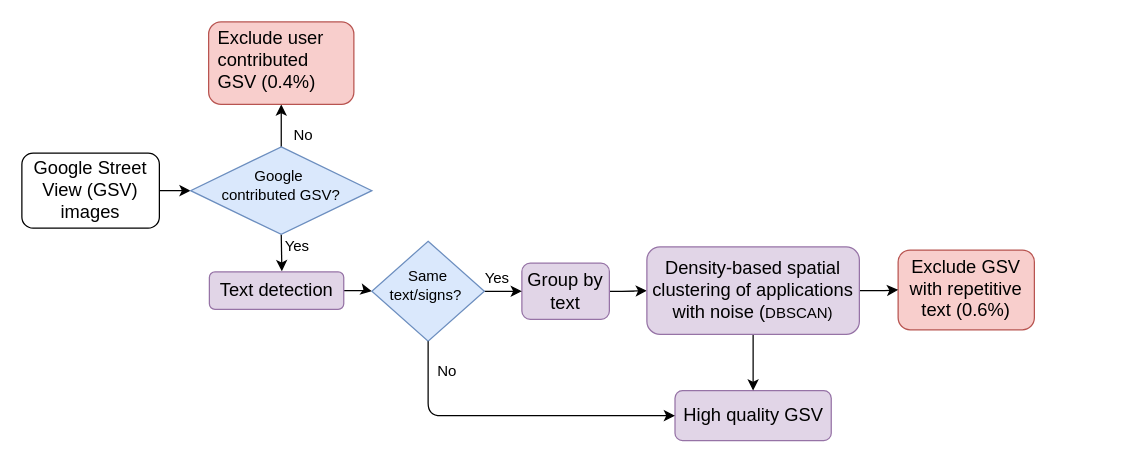
Earlier version of the draw.io diagram GSV_image_filtering_3.drawio (xiaohuiliugis/GoogleVisionAPI_CommunityofMine). Source tidied: cells renumbered, new cells numbered last; positions are measured from the earlier drawing's top-left corner, leaving out a move shared by most shapes. Both pictures are drawn from the tidied source at 125%, with x=0, y=0 at pixel (21, 21).
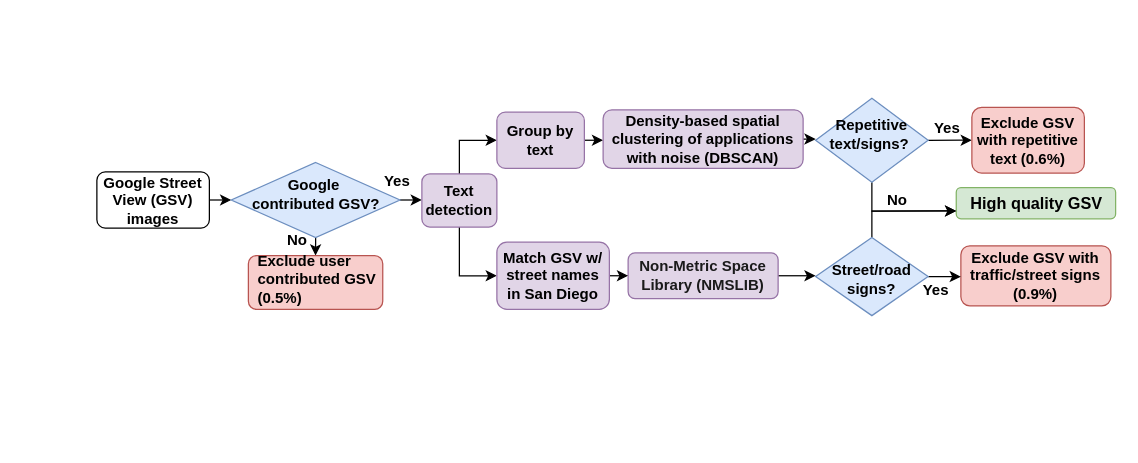
After the change.

Diff of the diagram source:
```diff
@@
-    <mxCell id="2" style="edgeStyle=orthogonalEdgeStyle;rounded=0;jettySize=auto;html=1;entryX=0;entryY=0.5;entryDx=0;entryDy=0;fontFamily=Helvetica;fontStyle=0;spacing=4;" parent="1" edge="1" source="3" target="6">
+    <mxCell id="2" style="edgeStyle=orthogonalEdgeStyle;rounded=0;jettySize=auto;html=1;exitX=1;exitY=0.5;exitDx=0;exitDy=0;entryX=0;entryY=0.5;entryDx=0;entryDy=0;" parent="1" edge="1" source="3" target="6">
       <mxGeometry relative="1" as="geometry" />
     </mxCell>
-    <mxCell id="3" value="&lt;span style=&quot;font-size: 14.6667px; text-align: left;&quot;&gt;Google Street View&amp;nbsp;&lt;/span&gt;&lt;span style=&quot;font-size: 14.6667px; text-align: left;&quot;&gt;(GSV)&lt;/span&gt;&lt;span style=&quot;font-size: 14.6667px; text-align: left;&quot;&gt;&lt;br&gt;&amp;nbsp;images&amp;nbsp;&lt;/span&gt;" style="rounded=1;whiteSpace=wrap;html=1;fontFamily=Helvetica;fontStyle=0;spacing=4;" parent="1" vertex="1">
-      <mxGeometry y="105" width="110" height="60" as="geometry" />
+    <mxCell id="3" value="&lt;font style=&quot;font-size: 12px&quot;&gt;&lt;span style=&quot;text-align: left&quot;&gt;Google Street View&amp;nbsp;&lt;/span&gt;&lt;span style=&quot;text-align: left&quot;&gt;(GSV)&lt;/span&gt;&lt;span style=&quot;text-align: left&quot;&gt;&lt;br&gt;&amp;nbsp;images&amp;nbsp;&lt;/span&gt;&lt;/font&gt;" style="rounded=1;whiteSpace=wrap;html=1;fontFamily=Helvetica;fontStyle=1;spacing=4;" parent="1" vertex="1">
+      <mxGeometry x="60" y="120" width="90" height="45" as="geometry" />
     </mxCell>
-    <mxCell id="4" style="edgeStyle=orthogonalEdgeStyle;rounded=0;jettySize=auto;html=1;fontFamily=Helvetica;fontStyle=0;spacing=4;" parent="1" edge="1" source="6" target="7">
+    <mxCell id="4" style="edgeStyle=orthogonalEdgeStyle;rounded=0;jettySize=auto;html=1;exitX=0.5;exitY=1;exitDx=0;exitDy=0;entryX=0.5;entryY=0;entryDx=0;entryDy=0;" parent="1" edge="1" source="6" target="7">
       <mxGeometry relative="1" as="geometry" />
     </mxCell>
-    <mxCell id="5" style="edgeStyle=orthogonalEdgeStyle;rounded=0;jettySize=auto;html=1;exitX=0.5;exitY=1;exitDx=0;exitDy=0;entryX=0.2;entryY=1.15;entryDx=0;entryDy=0;entryPerimeter=0;fontFamily=Helvetica;fontStyle=0;spacing=4;" parent="1" edge="1" source="6" target="10">
-      <mxGeometry relative="1" as="geometry" />
-    </mxCell>
+    <mxCell id="24" style="edgeStyle=orthogonalEdgeStyle;rounded=0;jettySize=auto;html=1;exitX=1;exitY=0.5;exitDx=0;exitDy=0;entryX=0;entryY=0.5;entryDx=0;entryDy=0;" parent="1" edge="1" source="6" target="9">
+      <mxGeometry relative="1" as="geometry" />
+    </mxCell>
-    <mxCell id="6" value="Google&amp;nbsp;&lt;br&gt;contributed GSV?" style="rhombus;whiteSpace=wrap;html=1;spacing=4;labelPosition=center;verticalLabelPosition=middle;align=center;verticalAlign=middle;fillColor=#dae8fc;strokeColor=#6c8ebf;fontFamily=Helvetica;fontStyle=0;spacingBottom=9;" parent="1" vertex="1">
-      <mxGeometry x="135" y="100" width="145" height="70" as="geometry" />
+    <mxCell id="6" value="&lt;font style=&quot;font-size: 12px&quot;&gt;Google&amp;nbsp;&lt;br&gt;contributed GSV?&lt;/font&gt;" style="rhombus;whiteSpace=wrap;html=1;spacing=4;labelPosition=center;verticalLabelPosition=middle;align=center;verticalAlign=middle;fillColor=#dae8fc;strokeColor=#6c8ebf;fontFamily=Helvetica;fontStyle=1;spacingBottom=9;" parent="1" vertex="1">
+      <mxGeometry x="167.5" y="112.5" width="135" height="60" as="geometry" />
     </mxCell>
-    <mxCell id="7" value="&lt;div style=&quot;text-align: left&quot;&gt;&lt;span style=&quot;font-size: 14.6667px&quot;&gt;&lt;font&gt;Exclude user&amp;nbsp; contributed GSV (0.4%)&lt;/font&gt;&lt;/span&gt;&lt;/div&gt;" style="rounded=1;whiteSpace=wrap;html=1;fillColor=#f8cecc;strokeColor=#b85450;fontFamily=Helvetica;fontStyle=0;spacingTop=7;spacingBottom=12;spacingLeft=5;spacing=4;" parent="1" vertex="1">
-      <mxGeometry x="149.4" width="116.2" height="66" as="geometry" />
+    <mxCell id="7" value="&lt;div style=&quot;text-align: left&quot;&gt;&lt;font style=&quot;font-size: 12px&quot;&gt;Exclude user contributed GSV (0.5%)&lt;/font&gt;&lt;/div&gt;" style="rounded=1;whiteSpace=wrap;html=1;fillColor=#f8cecc;strokeColor=#b85450;fontFamily=Helvetica;fontStyle=1;spacingTop=7;spacingBottom=12;spacingLeft=5;spacing=4;" parent="1" vertex="1">
+      <mxGeometry x="181.2" y="187" width="107.5" height="43" as="geometry" />
     </mxCell>
-    <mxCell id="8" style="edgeStyle=orthogonalEdgeStyle;rounded=0;jettySize=auto;html=1;entryX=0;entryY=0.5;entryDx=0;entryDy=0;fontFamily=Helvetica;fontStyle=0;spacing=4;" parent="1" edge="1" source="9" target="16">
-      <mxGeometry relative="1" as="geometry" />
-    </mxCell>
+    <mxCell id="25" style="edgeStyle=orthogonalEdgeStyle;rounded=0;jettySize=auto;html=1;exitX=0.5;exitY=1;exitDx=0;exitDy=0;entryX=0;entryY=0.5;entryDx=0;entryDy=0;" parent="1" edge="1" source="9" target="37">
+      <mxGeometry relative="1" as="geometry" />
+    </mxCell>
+    <mxCell id="26" style="edgeStyle=orthogonalEdgeStyle;rounded=0;jettySize=auto;html=1;exitX=0.5;exitY=0;exitDx=0;exitDy=0;entryX=0;entryY=0.5;entryDx=0;entryDy=0;" parent="1" edge="1" source="9" target="13">
+      <mxGeometry relative="1" as="geometry" />
+    </mxCell>
-    <mxCell id="9" value="&lt;span style=&quot;font-size: 14.6667px; text-align: left;&quot;&gt;Text detection&lt;/span&gt;" style="rounded=1;whiteSpace=wrap;html=1;fillColor=#e1d5e7;strokeColor=#9673a6;fontFamily=Helvetica;fontStyle=0;spacing=4;" parent="1" vertex="1">
-      <mxGeometry x="150" y="200" width="107.5" height="30" as="geometry" />
+    <mxCell id="9" value="&lt;span style=&quot;text-align: left&quot;&gt;&lt;font style=&quot;font-size: 12px&quot;&gt;Text detection&lt;/font&gt;&lt;/span&gt;" style="rounded=1;whiteSpace=wrap;html=1;fillColor=#e1d5e7;strokeColor=#9673a6;fontFamily=Helvetica;fontStyle=1;spacing=4;" parent="1" vertex="1">
+      <mxGeometry x="320" y="121.6" width="60" height="42.5" as="geometry" />
     </mxCell>
-    <mxCell id="10" value="Yes" style="text;html=1;align=center;verticalAlign=middle;points=[];fontFamily=Helvetica;fontStyle=0;spacing=4;" parent="1" vertex="1">
-      <mxGeometry x="200" y="165" width="40" height="30" as="geometry" />
-    </mxCell>
-    <mxCell id="11" value="No" style="text;html=1;align=center;verticalAlign=middle;fontFamily=Helvetica;fontStyle=0;spacing=4;" parent="1" vertex="1">
-      <mxGeometry x="205" y="76" width="40" height="30" as="geometry" />
+    <mxCell id="11" value="Yes" style="text;html=1;align=center;verticalAlign=middle;fontFamily=Helvetica;fontStyle=1;spacing=4;" parent="1" vertex="1">
+      <mxGeometry x="280" y="112.5" width="40" height="30" as="geometry" />
     </mxCell>
-    <mxCell id="12" style="edgeStyle=orthogonalEdgeStyle;rounded=0;jettySize=auto;html=1;fontFamily=Helvetica;fontStyle=0;spacing=4;" parent="1" edge="1" source="13">
-      <mxGeometry relative="1" as="geometry">
-        <mxPoint x="500" y="215" as="targetPoint" />
-      </mxGeometry>
-    </mxCell>
+    <mxCell id="27" style="edgeStyle=orthogonalEdgeStyle;rounded=0;jettySize=auto;html=1;exitX=1;exitY=0.5;exitDx=0;exitDy=0;entryX=0;entryY=0.5;entryDx=0;entryDy=0;" parent="1" edge="1" source="13" target="23">
+      <mxGeometry relative="1" as="geometry" />
+    </mxCell>
-    <mxCell id="13" value="&lt;font&gt;&lt;span style=&quot;font-size: 14.6667px&quot;&gt;Group by text&lt;/span&gt;&lt;/font&gt;" style="rounded=1;whiteSpace=wrap;html=1;fillColor=#e1d5e7;strokeColor=#9673a6;fontFamily=Helvetica;fontStyle=0;spacing=4;" parent="1" vertex="1">
-      <mxGeometry x="400" y="193" width="70" height="45" as="geometry" />
+    <mxCell id="13" value="&lt;font style=&quot;font-size: 12px&quot;&gt;Group by text&lt;/font&gt;" style="rounded=1;whiteSpace=wrap;html=1;fillColor=#e1d5e7;strokeColor=#9673a6;fontFamily=Helvetica;fontStyle=1;spacing=4;" parent="1" vertex="1">
+      <mxGeometry x="380" y="72.2" width="70" height="45" as="geometry" />
     </mxCell>
-    <mxCell id="14" value="&lt;span style=&quot;text-align: left&quot;&gt;&lt;font&gt;&lt;span style=&quot;font-size: 14.6667px&quot;&gt;High quality GSV&lt;/span&gt;&lt;/font&gt;&lt;/span&gt;" style="rounded=1;whiteSpace=wrap;html=1;fillColor=#e1d5e7;strokeColor=#9673a6;fontFamily=Helvetica;fontStyle=0;spacing=4;" parent="1" vertex="1">
-      <mxGeometry x="522.5" y="295" width="125" height="40" as="geometry" />
+    <mxCell id="14" value="&lt;span style=&quot;text-align: left&quot;&gt;&lt;font style=&quot;font-size: 13px&quot;&gt;High quality GSV&lt;/font&gt;&lt;/span&gt;" style="rounded=1;whiteSpace=wrap;html=1;fillColor=#d5e8d4;strokeColor=#82b366;fontFamily=Helvetica;fontStyle=1;spacing=4;" parent="1" vertex="1">
+      <mxGeometry x="747.5" y="132.5" width="127.5" height="25" as="geometry" />
     </mxCell>
-    <mxCell id="15" style="edgeStyle=orthogonalEdgeStyle;rounded=0;jettySize=auto;html=1;fontFamily=Helvetica;fontStyle=0;spacing=4;" parent="1" edge="1" source="16" target="13">
-      <mxGeometry relative="1" as="geometry" />
-    </mxCell>
+    <mxCell id="28" style="edgeStyle=orthogonalEdgeStyle;rounded=0;jettySize=auto;html=1;exitX=1;exitY=0.5;exitDx=0;exitDy=0;entryX=0;entryY=0.5;entryDx=0;entryDy=0;" parent="1" edge="1" source="16" target="17">
+      <mxGeometry relative="1" as="geometry" />
+    </mxCell>
+    <mxCell id="20" style="edgeStyle=orthogonalEdgeStyle;rounded=0;jettySize=auto;html=1;exitX=0.5;exitY=1;exitDx=0;exitDy=0;entryX=0;entryY=0.75;entryDx=0;entryDy=0;" parent="1" edge="1" source="16" target="14">
+      <mxGeometry relative="1" as="geometry" />
+    </mxCell>
-    <mxCell id="16" value="Same text/signs?&amp;nbsp;" style="rhombus;whiteSpace=wrap;html=1;spacing=4;labelPosition=center;verticalLabelPosition=middle;align=center;verticalAlign=middle;fillColor=#dae8fc;strokeColor=#6c8ebf;fontFamily=Helvetica;fontStyle=0;spacingBottom=10;" parent="1" vertex="1">
-      <mxGeometry x="280" y="175.5" width="90" height="80" as="geometry" />
+    <mxCell id="16" value="Repetitive text/signs?&amp;nbsp;" style="rhombus;whiteSpace=wrap;html=1;spacing=4;labelPosition=center;verticalLabelPosition=middle;align=center;verticalAlign=middle;fillColor=#dae8fc;strokeColor=#6c8ebf;fontFamily=Helvetica;fontStyle=1;spacingBottom=10;" parent="1" vertex="1">
+      <mxGeometry x="635" y="61.1" width="90" height="67.2" as="geometry" />
     </mxCell>
-    <mxCell id="17" value="&lt;span style=&quot;text-align: left&quot;&gt;&lt;font&gt;&lt;span style=&quot;font-size: 14.6667px&quot;&gt;Exclude GSV with repetitive text (0.6%)&lt;/span&gt;&lt;/font&gt;&lt;/span&gt;" style="rounded=1;whiteSpace=wrap;html=1;fillColor=#f8cecc;strokeColor=#b85450;fontFamily=Helvetica;fontStyle=0;spacing=4;" parent="1" vertex="1">
-      <mxGeometry x="701" y="182.5" width="109" height="63.8" as="geometry" />
+    <mxCell id="17" value="&lt;span style=&quot;text-align: left&quot;&gt;&lt;font style=&quot;font-size: 12px&quot;&gt;Exclude GSV with repetitive text (0.6%)&lt;/font&gt;&lt;/span&gt;" style="rounded=1;whiteSpace=wrap;html=1;fillColor=#f8cecc;strokeColor=#b85450;fontFamily=Helvetica;fontStyle=1;spacing=4;" parent="1" vertex="1">
+      <mxGeometry x="760" y="68.4" width="90" height="52.5" as="geometry" />
     </mxCell>
-    <mxCell id="18" value="No" style="text;html=1;align=center;verticalAlign=middle;fontFamily=Helvetica;fontStyle=0;spacing=4;" parent="1" vertex="1">
-      <mxGeometry x="320" y="265" width="40" height="30" as="geometry" />
-    </mxCell>
-    <mxCell id="19" value="Yes" style="text;html=1;align=center;verticalAlign=middle;fontFamily=Helvetica;fontStyle=0;spacing=4;" parent="1" vertex="1">
-      <mxGeometry x="360" y="190" width="40" height="30" as="geometry" />
-    </mxCell>
-    <mxCell id="20" style="endArrow=classic;html=1;entryX=0;entryY=0.5;entryDx=0;entryDy=0;fontFamily=Helvetica;fontStyle=0;spacing=4;exitX=0.5;exitY=1;exitDx=0;exitDy=0;" parent="1" edge="1" source="16" target="14">
-      <mxGeometry relative="1" as="geometry">
-        <Array as="points">
-          <mxPoint x="325" y="315" />
-        </Array>
-      </mxGeometry>
-    </mxCell>
-    <mxCell id="21" style="edgeStyle=orthogonalEdgeStyle;rounded=0;jettySize=auto;html=1;exitX=1;exitY=0.5;exitDx=0;exitDy=0;fontFamily=Helvetica;fontStyle=0;spacing=4;" parent="1" edge="1" source="23" target="17">
-      <mxGeometry relative="1" as="geometry" />
-    </mxCell>
-    <mxCell id="22" style="edgeStyle=orthogonalEdgeStyle;rounded=0;jettySize=auto;html=1;fontFamily=Helvetica;fontStyle=0;spacing=4;" parent="1" edge="1" source="23" target="14">
-      <mxGeometry relative="1" as="geometry" />
-    </mxCell>
+    <mxCell id="29" style="edgeStyle=orthogonalEdgeStyle;rounded=0;jettySize=auto;html=1;exitX=1;exitY=0.5;exitDx=0;exitDy=0;entryX=0;entryY=0.5;entryDx=0;entryDy=0;" parent="1" edge="1" source="23" target="16">
+      <mxGeometry relative="1" as="geometry" />
+    </mxCell>
-    <mxCell id="23" value="&lt;span id=&quot;docs-internal-guid-7e072b07-7fff-873d-4432-b9989f86bfab&quot;&gt;&lt;span style=&quot;font-size: 11pt; background-color: transparent; vertical-align: baseline;&quot;&gt;Density-based spatial clustering of applications with noise (&lt;/span&gt;&lt;/span&gt;&lt;span&gt;DBSCAN)&lt;/span&gt;" style="rounded=1;whiteSpace=wrap;html=1;fillColor=#e1d5e7;strokeColor=#9673a6;fontFamily=Helvetica;fontStyle=0;spacing=4;" parent="1" vertex="1">
-      <mxGeometry x="500" y="180" width="170" height="70" as="geometry" />
+    <mxCell id="23" value="&lt;font style=&quot;font-size: 12px&quot;&gt;&lt;span id=&quot;docs-internal-guid-7e072b07-7fff-873d-4432-b9989f86bfab&quot;&gt;&lt;span style=&quot;background-color: transparent ; vertical-align: baseline&quot;&gt;Density-based spatial clustering of applications with noise (&lt;/span&gt;&lt;/span&gt;&lt;span&gt;DBSCAN)&lt;/span&gt;&lt;/font&gt;" style="rounded=1;whiteSpace=wrap;html=1;fillColor=#e1d5e7;strokeColor=#9673a6;fontFamily=Helvetica;fontStyle=1;spacing=4;" parent="1" vertex="1">
+      <mxGeometry x="465" y="70.3" width="160" height="46.9" as="geometry" />
     </mxCell>
+    <mxCell id="30" style="edgeStyle=orthogonalEdgeStyle;rounded=0;jettySize=auto;html=1;exitX=1;exitY=0.5;exitDx=0;exitDy=0;entryX=0;entryY=0.5;entryDx=0;entryDy=0;" parent="1" edge="1" source="31" target="35">
+      <mxGeometry relative="1" as="geometry" />
+    </mxCell>
+    <mxCell id="31" value="&lt;div&gt;&lt;font style=&quot;font-size: 12px&quot; color=&quot;#1a1a1a&quot;&gt;Non-Metric Space Library (NMSLIB)&lt;/font&gt;&lt;/div&gt;" style="rounded=1;whiteSpace=wrap;html=1;fillColor=#e1d5e7;strokeColor=#9673a6;fontFamily=Helvetica;fontStyle=1;spacing=4;" parent="1" vertex="1">
+      <mxGeometry x="485" y="184.8" width="120" height="36.6" as="geometry" />
+    </mxCell>
+    <mxCell id="32" value="&lt;span style=&quot;text-align: left&quot;&gt;&lt;font style=&quot;font-size: 12px&quot;&gt;Exclude GSV with traffic/street signs (0.9%)&lt;/font&gt;&lt;/span&gt;" style="rounded=1;whiteSpace=wrap;html=1;fillColor=#f8cecc;strokeColor=#b85450;fontFamily=Helvetica;fontStyle=1;spacing=4;" parent="1" vertex="1">
+      <mxGeometry x="751.2" y="179.1" width="120" height="48.1" as="geometry" />
+    </mxCell>
+    <mxCell id="33" style="edgeStyle=orthogonalEdgeStyle;rounded=0;jettySize=auto;html=1;exitX=1;exitY=0.5;exitDx=0;exitDy=0;entryX=0;entryY=0.5;entryDx=0;entryDy=0;" parent="1" edge="1" source="35" target="32">
+      <mxGeometry relative="1" as="geometry" />
+    </mxCell>
+    <mxCell id="34" style="edgeStyle=orthogonalEdgeStyle;rounded=0;jettySize=auto;html=1;exitX=0.5;exitY=0;exitDx=0;exitDy=0;entryX=0;entryY=0.75;entryDx=0;entryDy=0;" parent="1" edge="1" source="35" target="14">
+      <mxGeometry relative="1" as="geometry" />
+    </mxCell>
+    <mxCell id="35" value="&amp;nbsp;&lt;br&gt;Street/road signs?" style="rhombus;whiteSpace=wrap;html=1;spacing=4;labelPosition=center;verticalLabelPosition=middle;align=center;verticalAlign=middle;fillColor=#dae8fc;strokeColor=#6c8ebf;fontFamily=Helvetica;fontStyle=1;spacingBottom=10;" parent="1" vertex="1">
+      <mxGeometry x="635" y="172.5" width="90" height="62.5" as="geometry" />
+    </mxCell>
+    <mxCell id="36" style="edgeStyle=orthogonalEdgeStyle;rounded=0;jettySize=auto;html=1;exitX=1;exitY=0.5;exitDx=0;exitDy=0;entryX=0;entryY=0.5;entryDx=0;entryDy=0;" parent="1" edge="1" source="37" target="31">
+      <mxGeometry relative="1" as="geometry" />
+    </mxCell>
+    <mxCell id="37" value="&lt;font style=&quot;font-size: 12px&quot;&gt;Match GSV w/ street names in San Diego&lt;/font&gt;" style="rounded=1;whiteSpace=wrap;html=1;fillColor=#e1d5e7;strokeColor=#9673a6;fontFamily=Helvetica;fontStyle=1;spacing=4;" parent="1" vertex="1">
+      <mxGeometry x="380" y="176.2" width="90" height="53.8" as="geometry" />
+    </mxCell>
+    <mxCell id="38" value="Yes" style="text;html=1;align=center;verticalAlign=middle;fontFamily=Helvetica;fontStyle=1;spacing=4;" parent="1" vertex="1">
+      <mxGeometry x="720" y="70.3" width="40" height="30" as="geometry" />
+    </mxCell>
+    <mxCell id="39" value="No" style="text;html=1;align=center;verticalAlign=middle;fontFamily=Helvetica;fontStyle=1;spacing=4;" parent="1" vertex="1">
+      <mxGeometry x="200" y="159.5" width="40" height="30" as="geometry" />
+    </mxCell>
+    <mxCell id="40" value="Yes" style="text;html=1;align=center;verticalAlign=middle;fontFamily=Helvetica;fontStyle=1;spacing=4;" parent="1" vertex="1">
+      <mxGeometry x="711.2" y="200" width="40" height="30" as="geometry" />
+    </mxCell>
+    <mxCell id="41" value="No" style="text;html=1;align=center;verticalAlign=middle;fontFamily=Helvetica;fontStyle=1;spacing=4;" parent="1" vertex="1">
+      <mxGeometry x="680" y="128.3" width="40" height="30" as="geometry" />
+    </mxCell>
```
